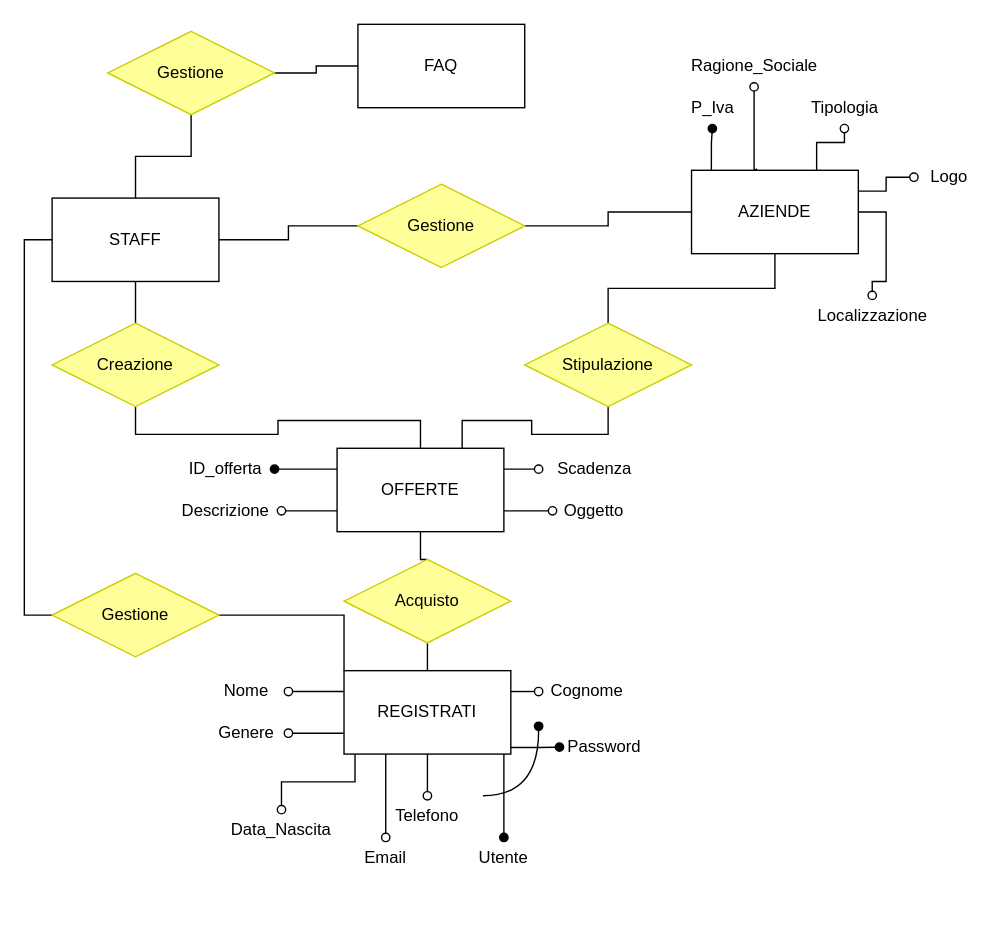
Before: page "DB_tecWeb" (1 of 2) of Schema_DB/DB_Progetto.drawio in MatteoSeresi/ProgettoWeb16, a draw.io diagram. Source tidied: cells renumbered, new cells numbered last; positions are measured from the earlier drawing's top-left corner, leaving out a move shared by most shapes. Both pictures are drawn from the tidied source at 139%, with x=0, y=0 at pixel (51, 24).
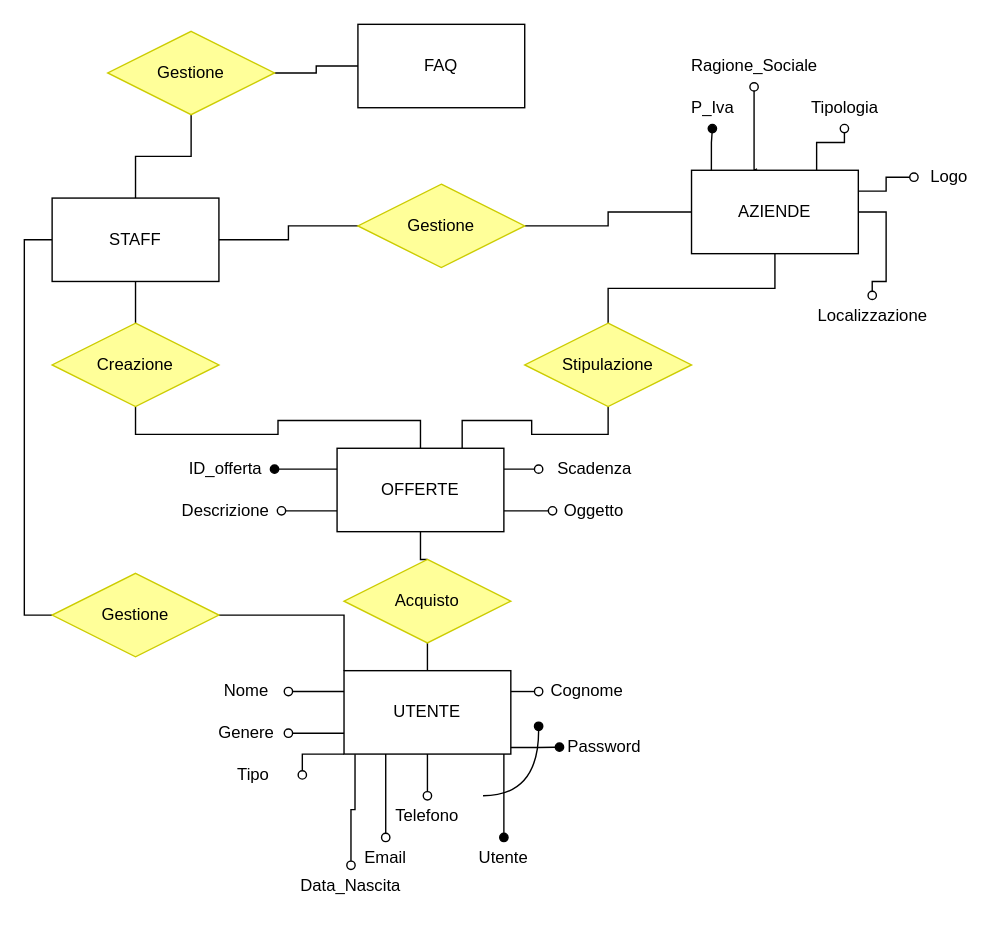
After the change.

Change to the diagram source:
```diff
@@
+    <mxCell id="60" style="edgeStyle=orthogonalEdgeStyle;rounded=0;jettySize=auto;html=1;exitX=0;exitY=1;exitDx=0;exitDy=0;entryX=1;entryY=0.5;entryDx=0;entryDy=0;endArrow=oval;endFill=0;" parent="1" edge="1" source="7" target="61">
+      <mxGeometry relative="1" as="geometry" />
+    </mxCell>
-    <mxCell id="7" value="REGISTRATI" style="rounded=0;whiteSpace=wrap;html=1;" parent="1" vertex="1">
+    <mxCell id="7" value="UTENTE" style="rounded=0;whiteSpace=wrap;html=1;" parent="1" vertex="1">
       <mxGeometry x="210" y="465" width="120" height="60" as="geometry" />
     </mxCell>
@@
     <mxCell id="31" value="Data_Nascita" style="text;html=1;strokeColor=none;fillColor=none;align=center;verticalAlign=middle;whiteSpace=wrap;rounded=0;" parent="1" vertex="1">
-      <mxGeometry x="120" y="565" width="90" height="30" as="geometry" />
+      <mxGeometry x="170" y="605" width="90" height="30" as="geometry" />
     </mxCell>
@@
+    <mxCell id="61" value="Tipo" style="text;html=1;strokeColor=none;fillColor=none;align=center;verticalAlign=middle;whiteSpace=wrap;rounded=0;" parent="1" vertex="1">
+      <mxGeometry x="110" y="525" width="70" height="30" as="geometry" />
+    </mxCell>
```
